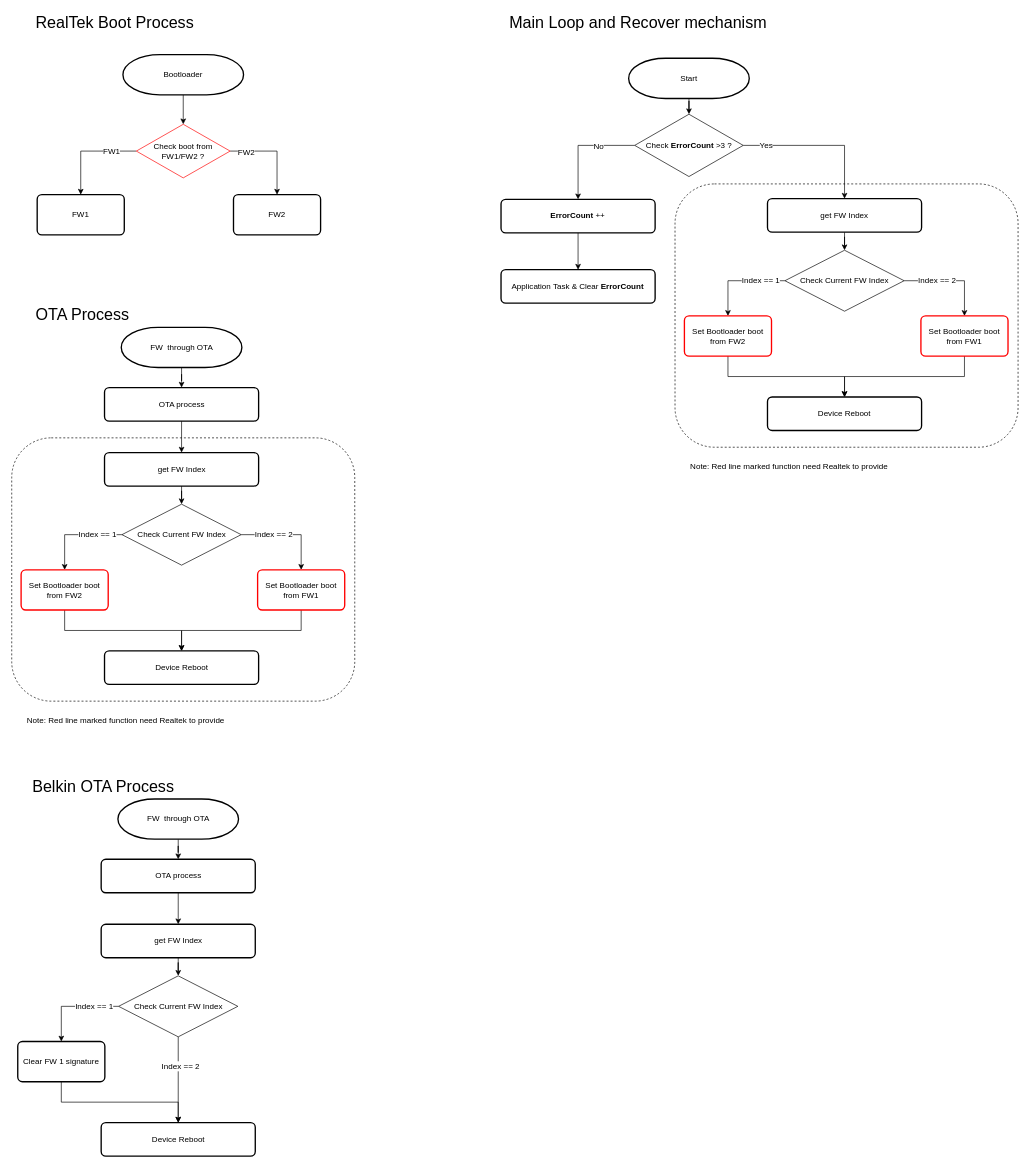
The draw.io diagram AutoRecovery.drawio in starbuckslatte/starbuckslatte.github.io, before the edit. Source tidied: cells renumbered, new cells numbered last; positions are measured from the earlier drawing's top-left corner, leaving out a move shared by most shapes. Both pictures are drawn from the tidied source at 67%, with x=0, y=0 at pixel (11, 11).
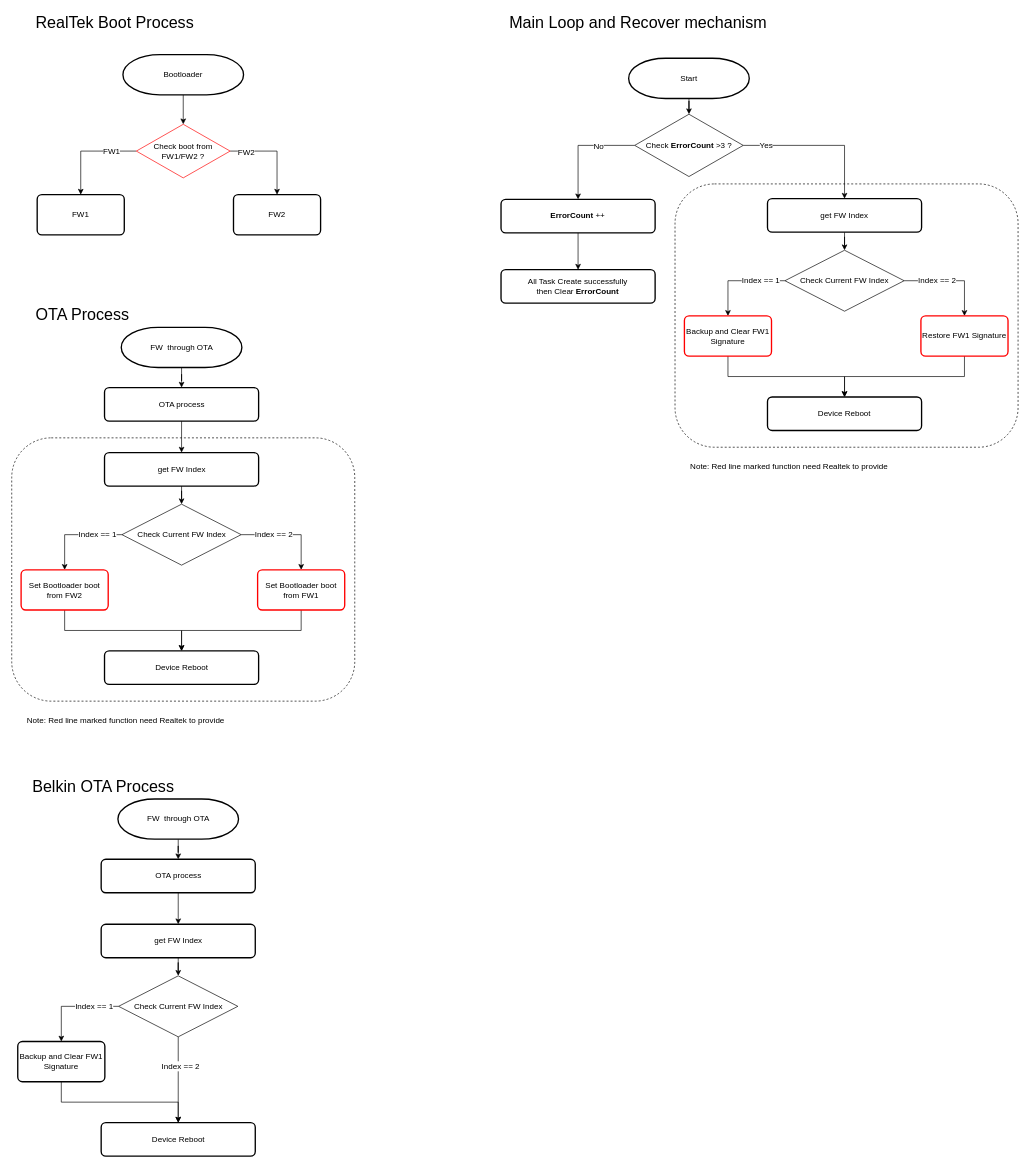
The same page after the edit.

The edit, as a diff of the source:
```diff
@@
-    <mxCell id="20" value="Application Task &amp;amp; Clear &lt;b&gt;ErrorCount&lt;/b&gt;" style="rounded=1;whiteSpace=wrap;html=1;absoluteArcSize=1;arcSize=14;strokeWidth=2;" parent="1" vertex="1">
+    <mxCell id="20" value="&lt;div&gt;All Task Create successfully&lt;br&gt;&lt;/div&gt;&lt;div&gt;then Clear &lt;b&gt;ErrorCount&lt;/b&gt;&lt;/div&gt;" style="rounded=1;whiteSpace=wrap;html=1;absoluteArcSize=1;arcSize=14;strokeWidth=2;" parent="1" vertex="1">
       <mxGeometry x="730.3" y="385" width="230" height="50" as="geometry" />
     </mxCell>
@@
-    <mxCell id="35" value="Set Bootloader boot from FW1" style="rounded=1;whiteSpace=wrap;html=1;absoluteArcSize=1;arcSize=14;strokeWidth=2;strokeColor=#FF0000;" parent="1" vertex="1">
+    <mxCell id="35" value="Restore FW1 Signature" style="rounded=1;whiteSpace=wrap;html=1;absoluteArcSize=1;arcSize=14;strokeWidth=2;strokeColor=#FF0000;" parent="1" vertex="1">
       <mxGeometry x="1357" y="454" width="130" height="60" as="geometry" />
     </mxCell>
@@
-    <mxCell id="37" value="Set Bootloader boot from FW2" style="rounded=1;whiteSpace=wrap;html=1;absoluteArcSize=1;arcSize=14;strokeWidth=2;strokeColor=#FF0000;" parent="1" vertex="1">
+    <mxCell id="37" value="Backup and Clear FW1 Signature" style="rounded=1;whiteSpace=wrap;html=1;absoluteArcSize=1;arcSize=14;strokeWidth=2;strokeColor=#FF0000;" parent="1" vertex="1">
       <mxGeometry x="1004" y="454" width="130" height="60" as="geometry" />
     </mxCell>
@@
-    <mxCell id="65" value="Clear FW 1 signature" style="rounded=1;whiteSpace=wrap;html=1;absoluteArcSize=1;arcSize=14;strokeWidth=2;strokeColor=#000000;" parent="1" vertex="1">
+    <mxCell id="65" value="Backup and Clear FW1 Signature" style="rounded=1;whiteSpace=wrap;html=1;absoluteArcSize=1;arcSize=14;strokeWidth=2;strokeColor=#000000;" parent="1" vertex="1">
       <mxGeometry x="9" y="1537" width="130" height="60" as="geometry" />
     </mxCell>
```
